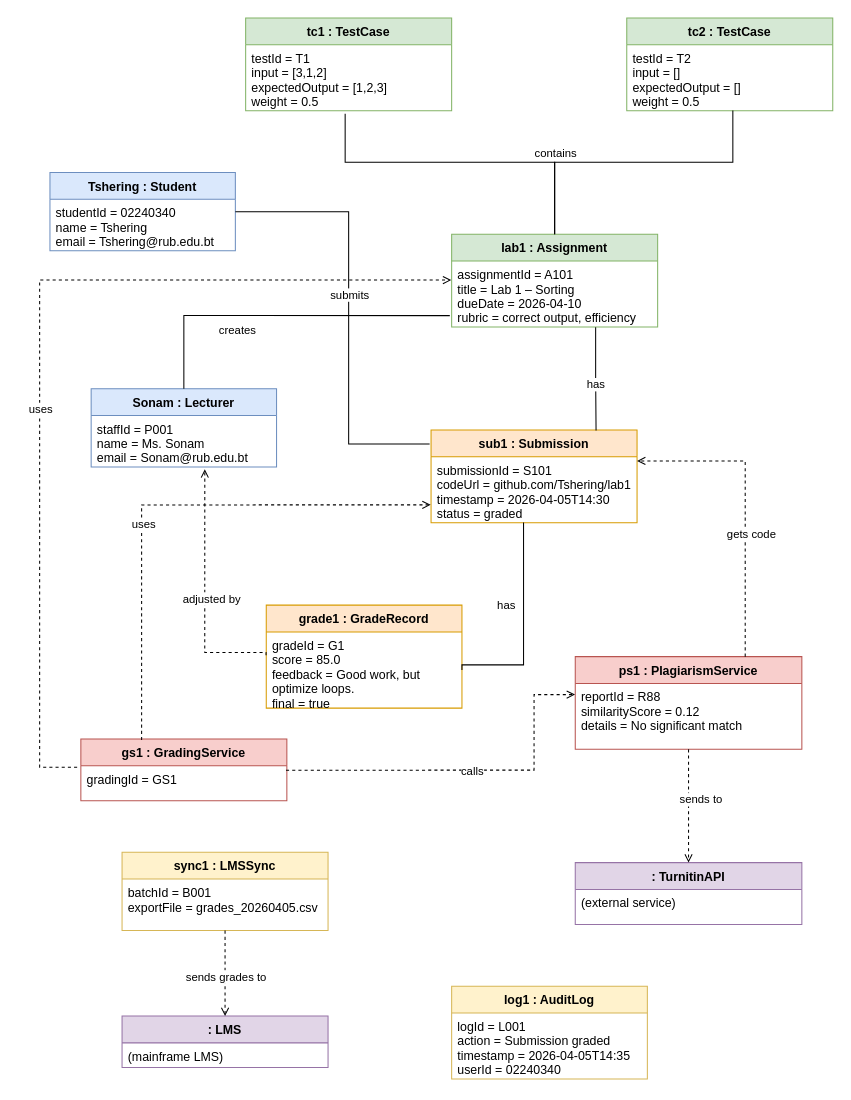
This is Practicals/practical 3/object_diagram.drawio from Gayley007/SS2026_SDA202_02240340, a draw.io file, before an edit. Source tidied: cells renumbered, new cells numbered last; positions are measured from the earlier drawing's top-left corner, leaving out a move shared by most shapes. Both pictures are drawn from the tidied source at 103%, with x=0, y=0 at pixel (39, 18).
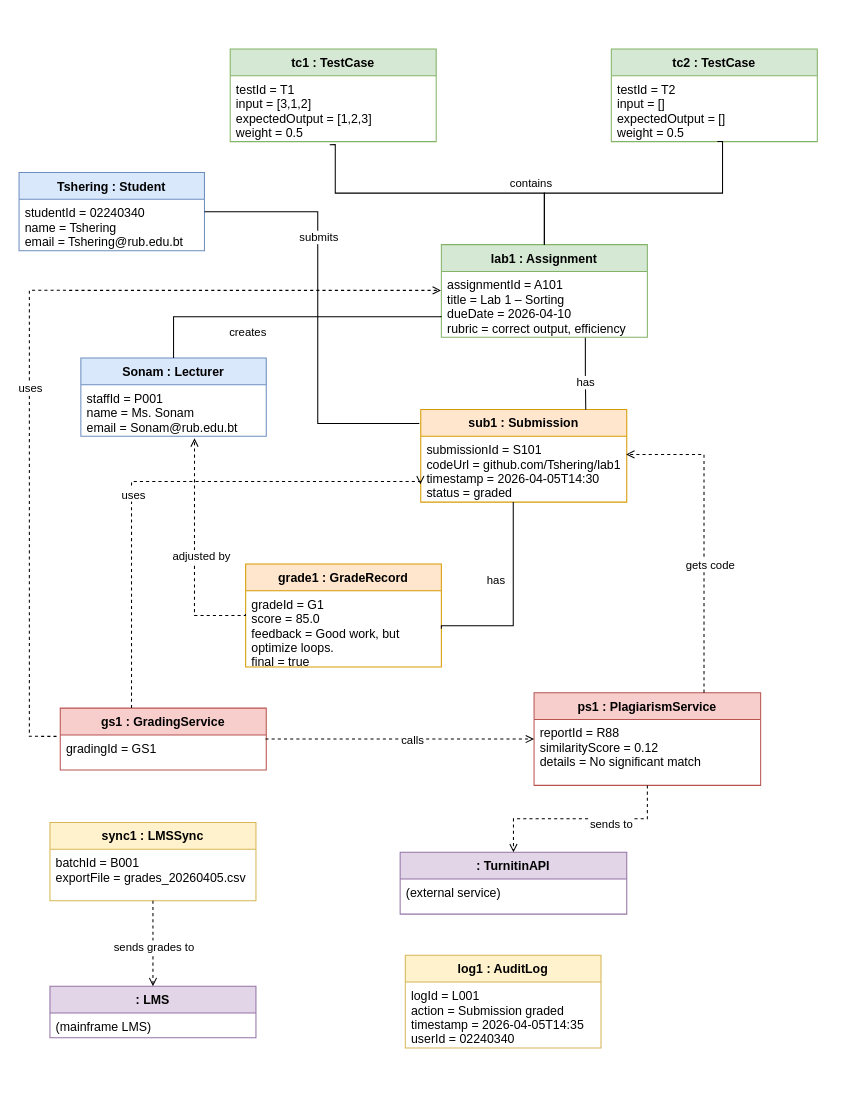
After the change.

Unchanged cells that the change refers to:
```xml
<mxCell id="5" value="staffId = P001&#10;name = Ms. Sonam&#10;email = Sonam@rub.edu.bt" style="text;strokeColor=none;fillColor=none;align=left;verticalAlign=top;spacingLeft=4;spacingRight=4;overflow=hidden;points=[[0,0.5],[1,0.5]];portConstraint=eastwest;" parent="4" vertex="1">
  <mxGeometry y="26" width="180" height="50" as="geometry" />
</mxCell>
<mxCell id="7" value="assignmentId = A101&#10;title = Lab 1 – Sorting&#10;dueDate = 2026-04-10&#10;rubric = correct output, efficiency" style="text;strokeColor=none;fillColor=none;align=left;verticalAlign=top;spacingLeft=4;spacingRight=4;overflow=hidden;points=[[0,0.5],[1,0.5]];portConstraint=eastwest;" parent="6" vertex="1">
  <mxGeometry y="26" width="200" height="64" as="geometry" />
</mxCell>
<mxCell id="9" value="testId = T1&#10;input = [3,1,2]&#10;expectedOutput = [1,2,3]&#10;weight = 0.5" style="text;strokeColor=none;fillColor=none;align=left;verticalAlign=top;spacingLeft=4;spacingRight=4;overflow=hidden;points=[[0,0.5],[1,0.5]];portConstraint=eastwest;" parent="8" vertex="1">
  <mxGeometry y="26" width="200" height="64" as="geometry" />
</mxCell>
<mxCell id="11" value="testId = T2&#10;input = []&#10;expectedOutput = []&#10;weight = 0.5" style="text;strokeColor=none;fillColor=none;align=left;verticalAlign=top;spacingLeft=4;spacingRight=4;overflow=hidden;points=[[0,0.5],[1,0.5]];portConstraint=eastwest;" parent="10" vertex="1">
  <mxGeometry y="26" width="200" height="64" as="geometry" />
</mxCell>
<mxCell id="13" value="submissionId = S101&#10;codeUrl = github.com/Tshering/lab1&#10;timestamp = 2026-04-05T14:30&#10;status = graded" style="text;strokeColor=none;fillColor=none;align=left;verticalAlign=top;spacingLeft=4;spacingRight=4;overflow=hidden;points=[[0,0.5],[1,0.5]];portConstraint=eastwest;" parent="12" vertex="1">
  <mxGeometry y="26" width="200" height="64" as="geometry" />
</mxCell>
<mxCell id="15" value="gradeId = G1&#10;score = 85.0&#10;feedback = Good work, but &#10;optimize loops.&#10;final = true" style="text;strokeColor=none;fillColor=none;align=left;verticalAlign=top;spacingLeft=4;spacingRight=4;overflow=hidden;points=[[0,0.5],[1,0.5]];portConstraint=eastwest;" parent="14" vertex="1">
  <mxGeometry y="26" width="190" height="74" as="geometry" />
</mxCell>
<mxCell id="17" value="gradingId = GS1" style="text;strokeColor=none;fillColor=none;align=left;verticalAlign=top;spacingLeft=4;spacingRight=4;overflow=hidden;points=[[0,0.5],[1,0.5]];portConstraint=eastwest;" parent="16" vertex="1">
  <mxGeometry y="26" width="200" height="34" as="geometry" />
</mxCell>
<mxCell id="19" value="reportId = R88&#10;similarityScore = 0.12&#10;details = No significant match" style="text;strokeColor=none;fillColor=none;align=left;verticalAlign=top;spacingLeft=4;spacingRight=4;overflow=hidden;points=[[0,0.5],[1,0.5]];portConstraint=eastwest;" parent="18" vertex="1">
  <mxGeometry y="26" width="220" height="64" as="geometry" />
</mxCell>
```

Diff of the diagram source:
```diff
@@
     <mxCell id="2" value="Tshering : Student" style="swimlane;fontStyle=1;align=center;verticalAlign=top;horizontal=1;startSize=26;horizontalStrict=0;fillColor=#dae8fc;strokeColor=#6c8ebf;" parent="1" vertex="1">
-      <mxGeometry x="10" y="150" width="180" height="76" as="geometry" />
+      <mxGeometry x="-20" y="150" width="180" height="76" as="geometry" />
     </mxCell>
@@
     <mxCell id="4" value="Sonam : Lecturer" style="swimlane;fontStyle=1;align=center;verticalAlign=top;horizontal=1;startSize=26;horizontalStrict=0;fillColor=#dae8fc;strokeColor=#6c8ebf;" parent="1" vertex="1">
-      <mxGeometry x="50" y="360" width="180" height="76" as="geometry" />
+      <mxGeometry x="40" y="330" width="180" height="76" as="geometry" />
     </mxCell>
@@
     <mxCell id="6" value="lab1 : Assignment" style="swimlane;fontStyle=1;align=center;verticalAlign=top;horizontal=1;startSize=26;horizontalStrict=0;fillColor=#d5e8d4;strokeColor=#82b366;" parent="1" vertex="1">
-      <mxGeometry x="400" y="210" width="200" height="90" as="geometry" />
+      <mxGeometry x="390" y="220" width="200" height="90" as="geometry" />
     </mxCell>
@@
     <mxCell id="8" value="tc1 : TestCase" style="swimlane;fontStyle=1;align=center;verticalAlign=top;horizontal=1;startSize=26;horizontalStrict=0;fillColor=#d5e8d4;strokeColor=#82b366;" parent="1" vertex="1">
-      <mxGeometry x="200" width="200" height="90" as="geometry" />
+      <mxGeometry x="185" y="30" width="200" height="90" as="geometry" />
     </mxCell>
@@
     <mxCell id="10" value="tc2 : TestCase" style="swimlane;fontStyle=1;align=center;verticalAlign=top;horizontal=1;startSize=26;horizontalStrict=0;fillColor=#d5e8d4;strokeColor=#82b366;" parent="1" vertex="1">
-      <mxGeometry x="570" width="200" height="90" as="geometry" />
+      <mxGeometry x="555" y="30" width="200" height="90" as="geometry" />
     </mxCell>
@@
     <mxCell id="12" value="sub1 : Submission" style="swimlane;fontStyle=1;align=center;verticalAlign=top;horizontal=1;startSize=26;horizontalStrict=0;fillColor=#ffe6cc;strokeColor=#d79b00;" parent="1" vertex="1">
-      <mxGeometry x="380" y="400" width="200" height="90" as="geometry" />
+      <mxGeometry x="370" y="380" width="200" height="90" as="geometry" />
     </mxCell>
@@
     <mxCell id="14" value="grade1 : GradeRecord" style="swimlane;fontStyle=1;align=center;verticalAlign=top;horizontal=1;startSize=26;horizontalStrict=0;fillColor=#ffe6cc;strokeColor=#d79b00;" parent="1" vertex="1">
-      <mxGeometry x="220" y="570" width="190" height="100" as="geometry" />
+      <mxGeometry x="200" y="530" width="190" height="100" as="geometry" />
     </mxCell>
@@
     <mxCell id="16" value="gs1 : GradingService" style="swimlane;fontStyle=1;align=center;verticalAlign=top;horizontal=1;startSize=26;horizontalStrict=0;fillColor=#f8cecc;strokeColor=#b85450;" parent="1" vertex="1">
-      <mxGeometry x="40" y="700" width="200" height="60" as="geometry" />
+      <mxGeometry x="20" y="670" width="200" height="60" as="geometry" />
     </mxCell>
@@
     <mxCell id="18" value="ps1 : PlagiarismService" style="swimlane;fontStyle=1;align=center;verticalAlign=top;horizontal=1;startSize=26;horizontalStrict=0;fillColor=#f8cecc;strokeColor=#b85450;" parent="1" vertex="1">
-      <mxGeometry x="520" y="620" width="220" height="90" as="geometry" />
+      <mxGeometry x="480" y="655" width="220" height="90" as="geometry" />
     </mxCell>
@@
     <mxCell id="20" value=": TurnitinAPI" style="swimlane;fontStyle=1;align=center;verticalAlign=top;horizontal=1;startSize=26;horizontalStrict=0;fillColor=#e1d5e7;strokeColor=#9673a6;" parent="1" vertex="1">
-      <mxGeometry x="520" y="820" width="220" height="60" as="geometry" />
+      <mxGeometry x="350" y="810" width="220" height="60" as="geometry" />
     </mxCell>
@@
     <mxCell id="22" value="sync1 : LMSSync" style="swimlane;fontStyle=1;align=center;verticalAlign=top;horizontal=1;startSize=26;horizontalStrict=0;fillColor=#fff2cc;strokeColor=#d6b656;" parent="1" vertex="1">
-      <mxGeometry x="80" y="810" width="200" height="76" as="geometry" />
+      <mxGeometry x="10" y="781" width="200" height="76" as="geometry" />
     </mxCell>
@@
     <mxCell id="24" value=": LMS" style="swimlane;fontStyle=1;align=center;verticalAlign=top;horizontal=1;startSize=26;horizontalStrict=0;fillColor=#e1d5e7;strokeColor=#9673a6;" parent="1" vertex="1">
-      <mxGeometry x="80" y="969" width="200" height="50" as="geometry" />
+      <mxGeometry x="10" y="940" width="200" height="50" as="geometry" />
     </mxCell>
@@
     <mxCell id="26" value="log1 : AuditLog" style="swimlane;fontStyle=1;align=center;verticalAlign=top;horizontal=1;startSize=26;horizontalStrict=0;fillColor=#fff2cc;strokeColor=#d6b656;" parent="1" vertex="1">
-      <mxGeometry x="400" y="940" width="190" height="90" as="geometry" />
+      <mxGeometry x="355" y="910" width="190" height="90" as="geometry" />
     </mxCell>
@@
     <mxCell id="28" style="edgeStyle=orthogonalEdgeStyle;rounded=0;jettySize=auto;html=1;endArrow=none;startArrow=none;strokeWidth=1;entryX=-0.007;entryY=0.151;entryDx=0;entryDy=0;exitX=1;exitY=0.5;exitDx=0;exitDy=0;entryPerimeter=0;" parent="1" edge="1" source="2" target="12">
       <mxGeometry relative="1" as="geometry">
         <Array as="points">
-          <mxPoint x="300" y="188" />
-          <mxPoint x="300" y="414" />
+          <mxPoint x="270" y="188" />
+          <mxPoint x="270" y="394" />
         </Array>
       </mxGeometry>
     </mxCell>
     <mxCell id="29" value="submits" style="edgeLabel;html=1;align=center;verticalAlign=middle;" parent="28" vertex="1">
       <mxGeometry x="-0.2" y="1" relative="1" as="geometry">
-        <mxPoint x="-1" y="24" as="offset" />
+        <mxPoint x="-1" y="-32" as="offset" />
       </mxGeometry>
     </mxCell>
-    <mxCell id="30" style="edgeStyle=orthogonalEdgeStyle;rounded=0;jettySize=auto;html=1;endArrow=none;startArrow=none;strokeWidth=1;entryX=-0.009;entryY=0.827;entryDx=0;entryDy=0;entryPerimeter=0;exitX=0.5;exitY=0;exitDx=0;exitDy=0;" parent="1" edge="1" source="4" target="7">
+    <mxCell id="30" style="edgeStyle=orthogonalEdgeStyle;rounded=0;jettySize=auto;html=1;endArrow=none;startArrow=none;strokeWidth=1;entryX=0.001;entryY=0.686;entryDx=0;entryDy=0;entryPerimeter=0;exitX=0.5;exitY=0;exitDx=0;exitDy=0;" parent="1" edge="1" source="4" target="7">
       <mxGeometry relative="1" as="geometry">
         <Array as="points">
-          <mxPoint x="140" y="289" />
+          <mxPoint x="130" y="290" />
+          <mxPoint x="388" y="290" />
         </Array>
       </mxGeometry>
     </mxCell>
@@
     <mxCell id="32" style="edgeStyle=orthogonalEdgeStyle;rounded=0;jettySize=auto;html=1;endArrow=none;startArrow=none;strokeWidth=1;entryX=0.483;entryY=1.046;entryDx=0;entryDy=0;entryPerimeter=0;" parent="1" edge="1" source="6" target="9">
       <mxGeometry relative="1" as="geometry">
         <Array as="points">
-          <mxPoint x="500" y="140" />
-          <mxPoint x="297" y="140" />
+          <mxPoint x="490" y="170" />
+          <mxPoint x="287" y="170" />
+          <mxPoint x="287" y="123" />
         </Array>
       </mxGeometry>
     </mxCell>
@@
     <mxCell id="34" style="edgeStyle=orthogonalEdgeStyle;rounded=0;jettySize=auto;html=1;endArrow=none;startArrow=none;strokeWidth=1;entryX=0.515;entryY=0.997;entryDx=0;entryDy=0;entryPerimeter=0;" parent="1" edge="1" source="6" target="11">
       <mxGeometry relative="1" as="geometry">
         <Array as="points">
-          <mxPoint x="500" y="140" />
-          <mxPoint x="673" y="140" />
+          <mxPoint x="490" y="170" />
+          <mxPoint x="663" y="170" />
+          <mxPoint x="663" y="120" />
         </Array>
       </mxGeometry>
     </mxCell>
@@
     <mxCell id="37" style="edgeStyle=orthogonalEdgeStyle;rounded=0;jettySize=auto;html=1;endArrow=none;startArrow=none;strokeWidth=1;entryX=1;entryY=0.5;entryDx=0;entryDy=0;exitX=0.449;exitY=0.998;exitDx=0;exitDy=0;exitPerimeter=0;" parent="1" edge="1" source="13" target="15">
       <mxGeometry relative="1" as="geometry">
         <Array as="points">
-          <mxPoint x="470" y="628" />
+          <mxPoint x="460" y="590" />
+          <mxPoint x="390" y="590" />
         </Array>
       </mxGeometry>
     </mxCell>
@@
-    <mxCell id="39" style="edgeStyle=orthogonalEdgeStyle;rounded=0;jettySize=auto;html=1;endArrow=open;endFill=0;startArrow=none;startFill=0;strokeWidth=1;dashed=1;entryX=-0.002;entryY=0.729;entryDx=0;entryDy=0;entryPerimeter=0;" parent="1" edge="1" target="13">
+    <mxCell id="39" style="edgeStyle=orthogonalEdgeStyle;rounded=0;jettySize=auto;html=1;endArrow=open;endFill=0;startArrow=none;startFill=0;strokeWidth=1;dashed=1;entryX=-0.002;entryY=0.729;entryDx=0;entryDy=0;entryPerimeter=0;exitX=0.346;exitY=-0.002;exitDx=0;exitDy=0;exitPerimeter=0;" parent="1" edge="1" source="16" target="13">
       <mxGeometry relative="1" as="geometry">
-        <mxPoint x="99" y="701" as="sourcePoint" />
         <Array as="points">
-          <mxPoint x="99" y="473" />
+          <mxPoint x="89" y="450" />
+          <mxPoint x="370" y="450" />
         </Array>
       </mxGeometry>
     </mxCell>
@@
     <mxCell id="41" style="edgeStyle=orthogonalEdgeStyle;rounded=0;jettySize=auto;html=1;endArrow=open;endFill=0;startArrow=none;startFill=0;strokeWidth=1;dashed=1;exitX=-0.018;exitY=0.042;exitDx=0;exitDy=0;entryX=-0.002;entryY=0.288;entryDx=0;entryDy=0;entryPerimeter=0;exitPerimeter=0;" parent="1" edge="1" source="17" target="7">
       <mxGeometry relative="1" as="geometry">
         <Array as="points">
-          <mxPoint y="727" />
-          <mxPoint y="254" />
+          <mxPoint x="-10" y="697" />
+          <mxPoint x="-10" y="264" />
         </Array>
       </mxGeometry>
     </mxCell>
@@
-    <mxCell id="43" style="edgeStyle=orthogonalEdgeStyle;rounded=0;jettySize=auto;html=1;endArrow=open;endFill=0;startArrow=none;startFill=0;strokeWidth=1;dashed=1;entryX=-0.001;entryY=0.17;entryDx=0;entryDy=0;entryPerimeter=0;exitX=0.996;exitY=0.124;exitDx=0;exitDy=0;exitPerimeter=0;" parent="1" edge="1" source="17" target="19">
+    <mxCell id="43" style="edgeStyle=orthogonalEdgeStyle;rounded=0;jettySize=auto;html=1;endArrow=open;endFill=0;startArrow=none;startFill=0;strokeWidth=1;dashed=1;entryX=0;entryY=0.5;entryDx=0;entryDy=0;exitX=0.996;exitY=0.124;exitDx=0;exitDy=0;exitPerimeter=0;" parent="1" edge="1" source="17" target="18">
       <mxGeometry relative="1" as="geometry">
         <Array as="points">
-          <mxPoint x="480" y="730" />
-          <mxPoint x="480" y="657" />
+          <mxPoint x="480" y="700" />
         </Array>
       </mxGeometry>
     </mxCell>
@@
-    <mxCell id="47" style="edgeStyle=orthogonalEdgeStyle;rounded=0;jettySize=auto;html=1;endArrow=open;endFill=0;startArrow=none;startFill=0;strokeWidth=1;dashed=1;exitX=0.75;exitY=0;exitDx=0;exitDy=0;" parent="1" edge="1" source="18">
+    <mxCell id="47" style="edgeStyle=orthogonalEdgeStyle;rounded=0;jettySize=auto;html=1;endArrow=open;endFill=0;startArrow=none;startFill=0;strokeWidth=1;dashed=1;exitX=0.75;exitY=0;exitDx=0;exitDy=0;entryX=0.997;entryY=0.276;entryDx=0;entryDy=0;entryPerimeter=0;" parent="1" edge="1" source="18" target="13">
       <mxGeometry relative="1" as="geometry">
-        <mxPoint x="580" y="430" as="targetPoint" />
         <Array as="points">
-          <mxPoint x="685" y="430" />
-          <mxPoint x="580" y="430" />
+          <mxPoint x="645" y="424" />
         </Array>
       </mxGeometry>
     </mxCell>
@@
     <mxCell id="51" style="edgeStyle=orthogonalEdgeStyle;rounded=0;jettySize=auto;html=1;endArrow=open;endFill=0;startArrow=none;startFill=0;strokeWidth=1;dashed=1;exitX=-0.001;exitY=0.306;exitDx=0;exitDy=0;entryX=0.613;entryY=1.042;entryDx=0;entryDy=0;entryPerimeter=0;exitPerimeter=0;" parent="1" edge="1" source="15" target="5">
       <mxGeometry relative="1" as="geometry">
         <Array as="points">
-          <mxPoint x="160" y="616" />
+          <mxPoint x="150" y="580" />
         </Array>
       </mxGeometry>
     </mxCell>
```
